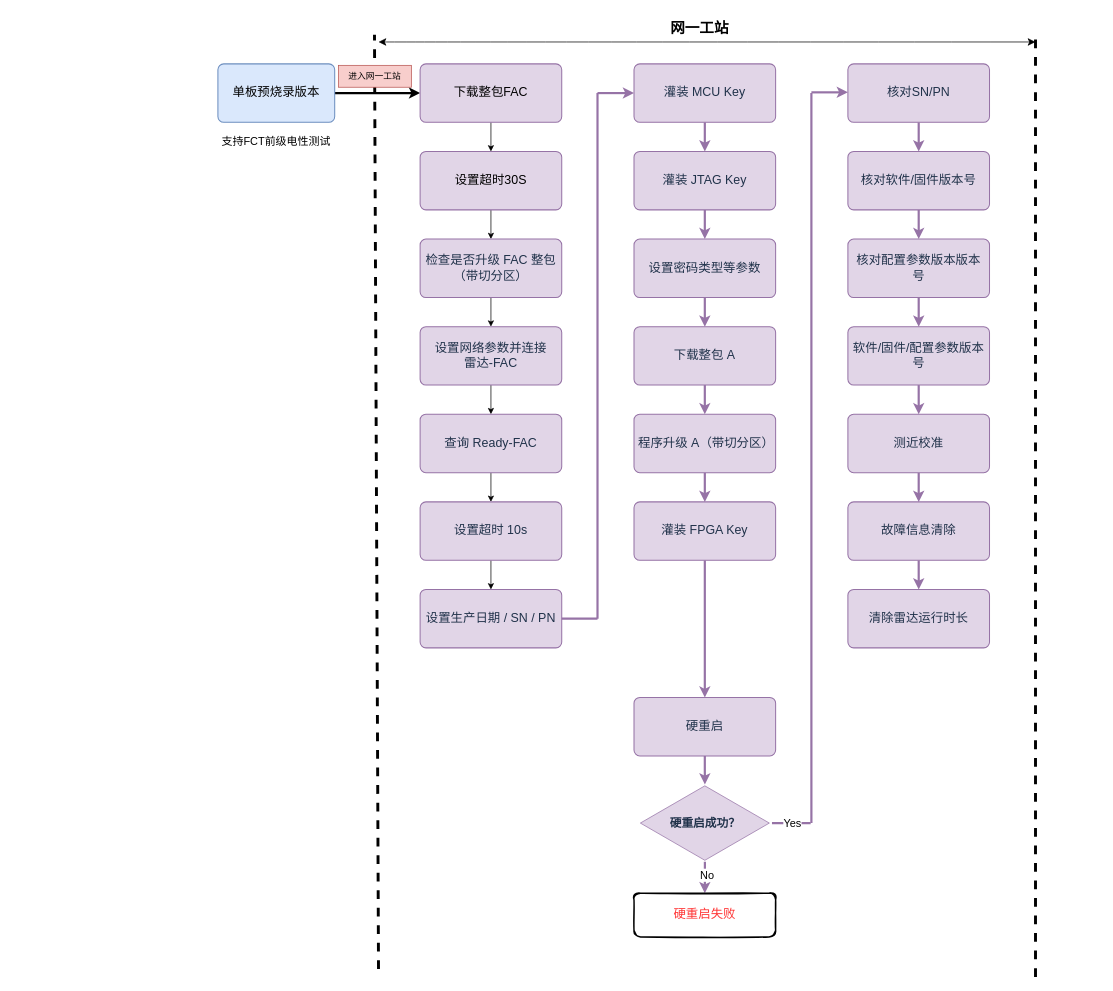
This is A11-变砖流程.drawio from shenwangchong/learngit, a draw.io file, before an edit. Source tidied: cells renumbered, new cells numbered last; positions are measured from the earlier drawing's top-left corner, leaving out a move shared by most shapes. Both pictures are drawn from the tidied source at 73%, with x=0, y=0 at pixel (214, 12).
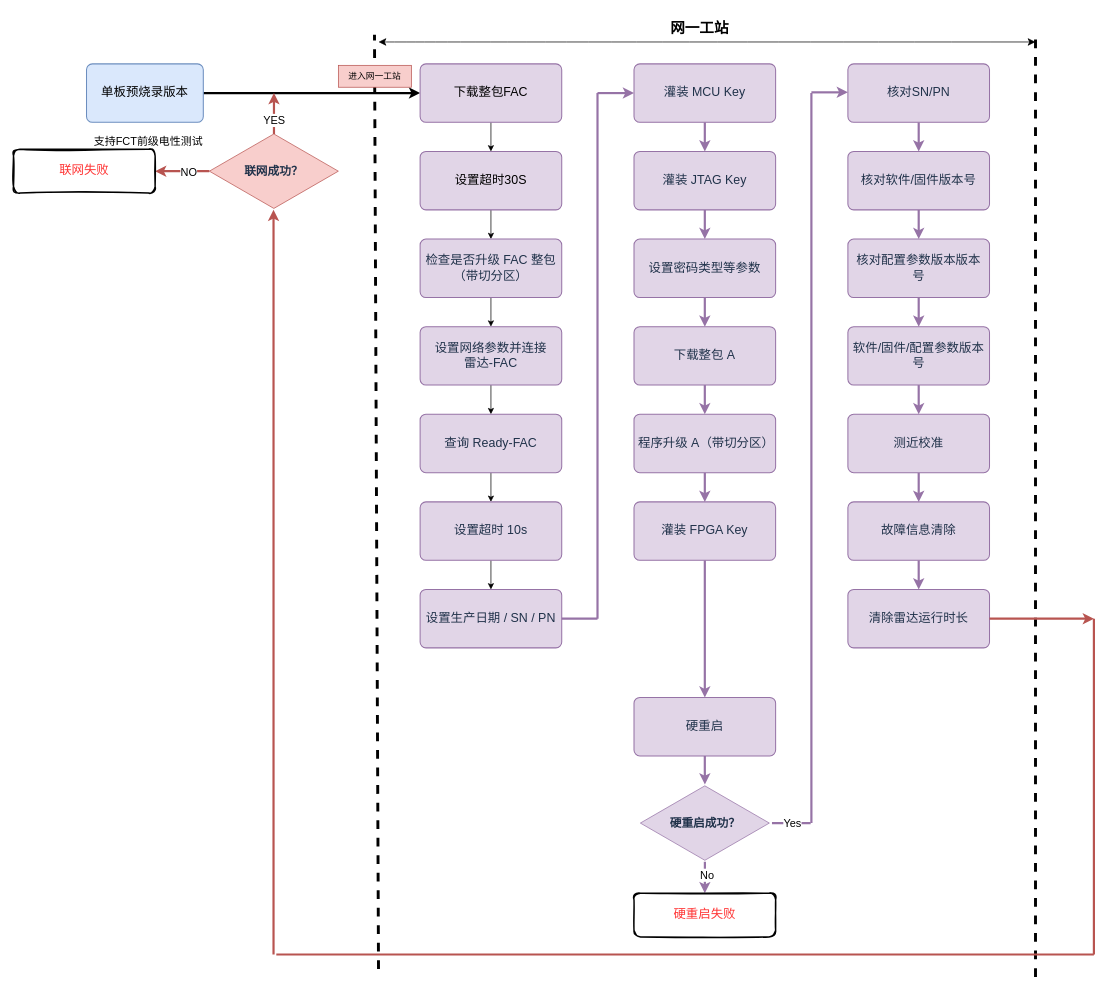
After the change.

Commit message:
更新A11-变砖流程.drawio

The edit, as a diff of the source:
```diff
@@
     <mxCell id="3" value="单板预烧录版本" style="rounded=1;whiteSpace=wrap;html=1;arcSize=10;fillColor=#dae8fc;strokeColor=#6c8ebf;strokeWidth=1.4;fontFamily=Microsoft YaHei;fontSize=17;align=center;verticalAlign=middle;spacing=7;" parent="1" vertex="1">
-      <mxGeometry x="5" y="70" width="160" height="80" as="geometry" />
+      <mxGeometry x="-175" y="70" width="160" height="80" as="geometry" />
     </mxCell>
@@
     <mxCell id="5" value="&lt;font style=&quot;font-size: 15px;&quot;&gt;支持FCT前级电性测试&lt;/font&gt;" style="text;html=1;whiteSpace=wrap;strokeColor=none;fillColor=none;align=center;verticalAlign=middle;rounded=0;" parent="1" vertex="1">
-      <mxGeometry y="160" width="170" height="30" as="geometry" />
+      <mxGeometry x="-175" y="160" width="170" height="30" as="geometry" />
     </mxCell>
@@
+    <mxCell id="61" style="endArrow=classic;html=1;rounded=0;defaultLabelBackgroundColor=page;fillColor=#f8cecc;strokeColor=#b85450;strokeWidth=3;" parent="1" edge="1">
+      <mxGeometry relative="1" as="geometry">
+        <mxPoint x="1062" y="830" as="sourcePoint" />
+        <mxPoint x="1205" y="830" as="targetPoint" />
+      </mxGeometry>
+    </mxCell>
+    <mxCell id="62" style="endArrow=none;html=1;rounded=0;defaultLabelBackgroundColor=page;fillColor=#f8cecc;strokeColor=#b85450;strokeWidth=3;" parent="1" edge="1">
+      <mxGeometry relative="1" as="geometry">
+        <mxPoint x="85" y="1290" as="sourcePoint" />
+        <mxPoint x="1205" y="1290" as="targetPoint" />
+      </mxGeometry>
+    </mxCell>
+    <mxCell id="63" style="endArrow=none;html=1;rounded=0;defaultLabelBackgroundColor=page;fillColor=#f8cecc;strokeColor=#b85450;strokeWidth=3;" parent="1" edge="1">
+      <mxGeometry relative="1" as="geometry">
+        <mxPoint x="1205" y="1290" as="sourcePoint" />
+        <mxPoint x="1205" y="830" as="targetPoint" />
+      </mxGeometry>
+    </mxCell>
+    <mxCell id="64" style="endArrow=classic;html=1;rounded=0;defaultLabelBackgroundColor=page;fillColor=#f8cecc;strokeColor=#b85450;strokeWidth=3;" parent="1" edge="1">
+      <mxGeometry relative="1" as="geometry">
+        <mxPoint x="81.2" y="1290" as="sourcePoint" />
+        <mxPoint x="81.2" y="270" as="targetPoint" />
+      </mxGeometry>
+    </mxCell>
+    <mxCell id="65" style="edgeStyle=orthogonalEdgeStyle;rounded=0;jettySize=auto;html=1;defaultLabelBackgroundColor=page;fillColor=#f8cecc;strokeColor=#b85450;strokeWidth=3;" parent="1" edge="1" source="67" target="70">
+      <mxGeometry relative="1" as="geometry" />
+    </mxCell>
+    <mxCell id="66" value="&lt;font style=&quot;font-size: 15px;&quot;&gt;NO&lt;/font&gt;" style="edgeLabel;html=1;align=center;verticalAlign=middle;inheritText=1;defaultLabelBackgroundColor=page;" parent="65" vertex="1">
+      <mxGeometry x="-0.21" relative="1" as="geometry" />
+    </mxCell>
+    <mxCell id="67" value="&lt;span style=&quot;color: rgb(32, 50, 74); font-family: &amp;quot;Microsoft YaHei&amp;quot;; font-size: 16px; font-weight: 700;&quot;&gt;联网成功？&lt;/span&gt;" style="html=1;whiteSpace=wrap;shape=isoRectangle;fillColor=#f8cecc;strokeColor=#b85450;" parent="1" vertex="1">
+      <mxGeometry x="-6.7" y="164" width="176.7" height="106" as="geometry" />
+    </mxCell>
+    <mxCell id="68" style="endArrow=classic;html=1;rounded=0;defaultLabelBackgroundColor=page;exitX=0.501;exitY=0.021;exitDx=0;exitDy=0;exitPerimeter=0;fillColor=#f8cecc;strokeColor=#b85450;strokeWidth=3;" parent="1" edge="1" source="67">
+      <mxGeometry relative="1" as="geometry">
+        <mxPoint x="81.8" y="110" as="targetPoint" />
+      </mxGeometry>
+    </mxCell>
+    <mxCell id="69" value="&lt;font style=&quot;font-size: 15px;&quot;&gt;YES&lt;/font&gt;" style="edgeLabel;html=1;align=center;verticalAlign=middle;inheritText=1;defaultLabelBackgroundColor=page;" parent="68" vertex="1">
+      <mxGeometry x="-0.29" y="-2" relative="1" as="geometry">
+        <mxPoint x="-2" as="offset" />
+      </mxGeometry>
+    </mxCell>
+    <mxCell id="70" value="&lt;font style=&quot;font-size: 17px;&quot;&gt;联网失败&lt;/font&gt;" style="rounded=1;whiteSpace=wrap;html=1;strokeWidth=2;fillWeight=4;hachureGap=8;hachureAngle=45;fillColor=#FFFFFF;sketch=1;fontColor=#FF3333;" parent="1" vertex="1">
+      <mxGeometry x="-275" y="187" width="194" height="60" as="geometry" />
+    </mxCell>
```
